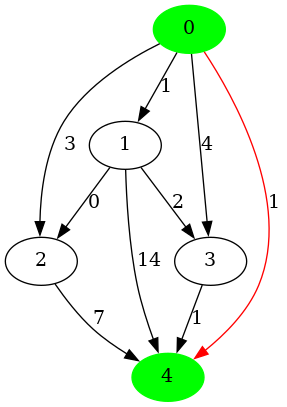
Earlier version of the Graphviz export algorithm_visualizer/src/save/tmp/dicgraph.png (Les-Alchimistes-Labs/AlgorithmVisualizer). Its source is kept beside it as algorithm_visualizer/src/save/tmp/dicgraph.dot.
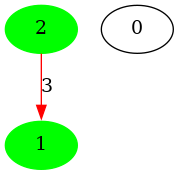
After the change.

Diff of the diagram source:
```diff
@@ -1,16 +1,6 @@
-digraph dicgraph { // 5
-n0->n1 [label = 1] // 0 1 1
-n0->n2 [label = 3] // 0 2 3
-n0->n3 [label = 4] // 0 3 4
-n0->n4 [label = 1 ,color = red] // 0 4 1
-n1->n2 [label = 0] // 1 2 0
-n1->n3 [label = 2] // 1 3 2
-n1->n4 [label = 14] // 1 4 14
-n2->n4 [label = 7] // 2 4 7
-n3->n4 [label = 1] // 3 4 1
-n0 [label="0", style = filled , color = green ]
-n1 [label="1"]
-n2 [label="2"]
-n3 [label="3"]
-n4 [label="4", style = filled , color = green ]
+digraph dicgraph { // 3
+n2->n1 [label = 3 ,color = red] // 2 1 3
+n0 [label="0"]
+n1 [label="1", style = filled , color = green ]
+n2 [label="2", style = filled , color = green ]
 }
```
